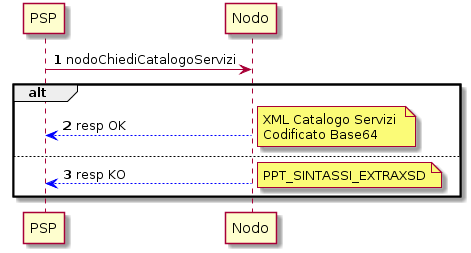
Earlier version of the PlantUML export _docs/media_FunzioniStrategieRecupero/media/image6.png (pagopa-archive/pagopa-specifichepagamenti-docs).
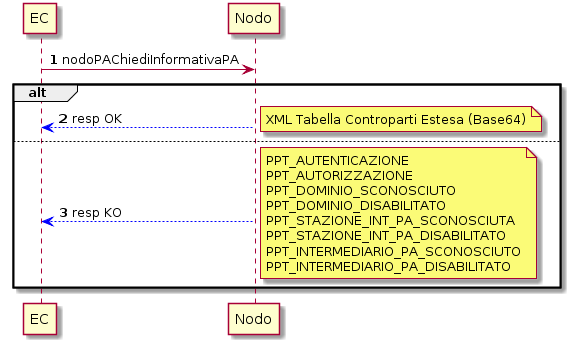
After the change.

The edit, as a diff of the source:
```diff
@@ -1,13 +1,14 @@
 @startuml
 autonumber
 
-PSP -> Nodo: nodoChiediCatalogoServizi
+EC -> Nodo: nodoPAChiediInformativaPA
 alt
-Nodo -[#0000FF]-> PSP:resp OK
-note right: XML Catalogo Servizi \nCodificato Base64
+Nodo -[#0000FF]-> EC:resp OK
+note right: XML Tabella Controparti Estesa (Base64)
 else
-Nodo -[#0000FF]-> PSP:resp KO
-note right:PPT_SINTASSI_EXTRAXSD
+Nodo -[#0000FF]-> EC:resp KO
+note right:PPT_AUTENTICAZIONE\nPPT_AUTORIZZAZIONE\nPPT_DOMINIO_SCONOSCIUTO\nPPT_DOMINIO_DISABILITATO\nPPT_STAZIONE_INT_PA_SCONOSCIUTA\nPPT_STAZIONE_INT_PA_DISABILITATO\nPPT_INTERMEDIARIO_PA_SCONOSCIUTO\nPPT_INTERMEDIARIO_PA_DISABILITATO
+
 
 end alt
 @enduml
```
